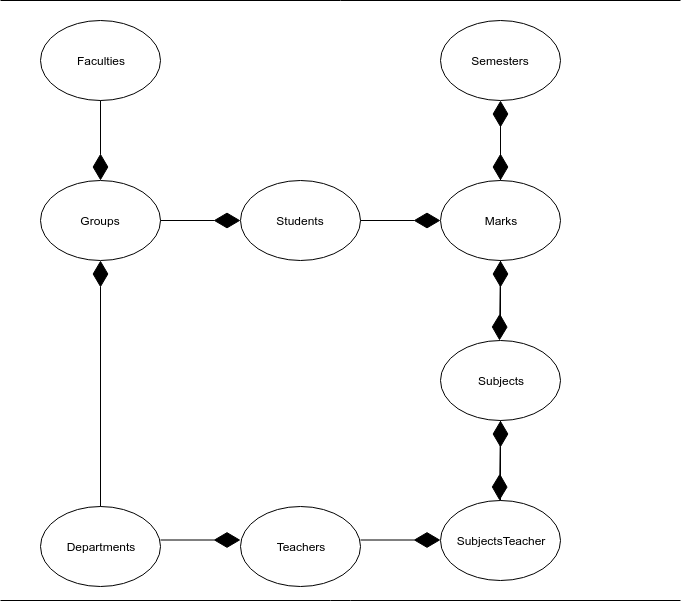
moevm/nosql2h19-marks-mongo keeps this draw.io diagram as picture/Uml1.png. Above is the earlier version. Source tidied: cells renumbered, new cells last; positions are measured from the earlier drawing's top-left corner, leaving out a move shared by most shapes. The source it was exported from:
```xml
<mxGraphModel>
  <root>
    <mxCell id="0" />
    <mxCell id="1" parent="0" />
    <mxCell id="2" style="endArrow=none;html=1;" parent="1" edge="1">
      <mxGeometry relative="1" as="geometry">
        <mxPoint as="sourcePoint" />
        <mxPoint x="680" as="targetPoint" />
      </mxGeometry>
    </mxCell>
    <mxCell id="3" style="endArrow=none;html=1;" parent="1" edge="1">
      <mxGeometry relative="1" as="geometry">
        <mxPoint y="600" as="sourcePoint" />
        <mxPoint x="680" y="600" as="targetPoint" />
        <Array as="points">
          <mxPoint x="340" y="600" />
        </Array>
      </mxGeometry>
    </mxCell>
    <mxCell id="4" value="Students" style="ellipse;whiteSpace=wrap;html=1;" parent="1" vertex="1">
      <mxGeometry x="240" y="180" width="120" height="80" as="geometry" />
    </mxCell>
    <mxCell id="5" value="Groups" style="ellipse;whiteSpace=wrap;html=1;" parent="1" vertex="1">
      <mxGeometry x="40" y="180" width="120" height="80" as="geometry" />
    </mxCell>
    <mxCell id="6" value="Faculties" style="ellipse;whiteSpace=wrap;html=1;" parent="1" vertex="1">
      <mxGeometry x="40" y="20" width="120" height="80" as="geometry" />
    </mxCell>
    <mxCell id="7" value="Marks" style="ellipse;whiteSpace=wrap;html=1;" parent="1" vertex="1">
      <mxGeometry x="440" y="180" width="120" height="80" as="geometry" />
    </mxCell>
    <mxCell id="8" value="Semesters" style="ellipse;whiteSpace=wrap;html=1;" parent="1" vertex="1">
      <mxGeometry x="440" y="20" width="120" height="80" as="geometry" />
    </mxCell>
    <mxCell id="9" value="Subjects" style="ellipse;whiteSpace=wrap;html=1;" parent="1" vertex="1">
      <mxGeometry x="440" y="340" width="120" height="80" as="geometry" />
    </mxCell>
    <mxCell id="10" value="SubjectsTeacher" style="ellipse;whiteSpace=wrap;html=1;" parent="1" vertex="1">
      <mxGeometry x="440" y="500" width="120" height="80" as="geometry" />
    </mxCell>
    <mxCell id="11" value="Teachers" style="ellipse;whiteSpace=wrap;html=1;" parent="1" vertex="1">
      <mxGeometry x="240" y="506" width="120" height="80" as="geometry" />
    </mxCell>
    <mxCell id="12" value="Departments" style="ellipse;whiteSpace=wrap;html=1;" parent="1" vertex="1">
      <mxGeometry x="40" y="506" width="120" height="80" as="geometry" />
    </mxCell>
    <mxCell id="13" style="endArrow=diamondThin;endFill=1;endSize=24;html=1;exitX=1;exitY=0.5;exitDx=0;exitDy=0;" parent="1" edge="1" source="5" target="4">
      <mxGeometry relative="1" as="geometry" />
    </mxCell>
    <mxCell id="14" style="endArrow=diamondThin;endFill=1;endSize=24;html=1;exitX=1;exitY=0.5;exitDx=0;exitDy=0;" parent="1" edge="1">
      <mxGeometry relative="1" as="geometry">
        <mxPoint x="360" y="220" as="sourcePoint" />
        <mxPoint x="440" y="220" as="targetPoint" />
      </mxGeometry>
    </mxCell>
    <mxCell id="15" style="endArrow=diamondThin;endFill=1;endSize=24;html=1;exitX=1;exitY=0.5;exitDx=0;exitDy=0;" parent="1" edge="1">
      <mxGeometry relative="1" as="geometry">
        <mxPoint x="360" y="539.5" as="sourcePoint" />
        <mxPoint x="440" y="539.5" as="targetPoint" />
      </mxGeometry>
    </mxCell>
    <mxCell id="16" style="endArrow=diamondThin;endFill=1;endSize=24;html=1;exitX=1;exitY=0.5;exitDx=0;exitDy=0;" parent="1" edge="1">
      <mxGeometry relative="1" as="geometry">
        <mxPoint x="160" y="539.5" as="sourcePoint" />
        <mxPoint x="240" y="539.5" as="targetPoint" />
      </mxGeometry>
    </mxCell>
    <mxCell id="17" style="endArrow=diamondThin;endFill=1;endSize=24;html=1;exitX=0.5;exitY=0;exitDx=0;exitDy=0;entryX=0.5;entryY=1;entryDx=0;entryDy=0;" parent="1" edge="1" source="12" target="5">
      <mxGeometry relative="1" as="geometry" />
    </mxCell>
    <mxCell id="18" style="endArrow=diamondThin;endFill=1;endSize=24;html=1;exitX=0.5;exitY=1;exitDx=0;exitDy=0;" parent="1" edge="1" source="6">
      <mxGeometry relative="1" as="geometry">
        <mxPoint x="100" y="180" as="targetPoint" />
      </mxGeometry>
    </mxCell>
    <mxCell id="19" style="endArrow=diamondThin;endFill=1;endSize=24;html=1;entryX=0.5;entryY=1;entryDx=0;entryDy=0;" parent="1" edge="1">
      <mxGeometry relative="1" as="geometry">
        <mxPoint x="500" y="180" as="sourcePoint" />
        <mxPoint x="500" y="100" as="targetPoint" />
      </mxGeometry>
    </mxCell>
    <mxCell id="20" style="endArrow=diamondThin;endFill=1;endSize=24;html=1;" parent="1" edge="1">
      <mxGeometry relative="1" as="geometry">
        <mxPoint x="500" y="110" as="sourcePoint" />
        <mxPoint x="500" y="180" as="targetPoint" />
      </mxGeometry>
    </mxCell>
    <mxCell id="21" style="endArrow=diamondThin;endFill=1;endSize=24;html=1;exitX=0.5;exitY=1;exitDx=0;exitDy=0;" parent="1" edge="1" source="7">
      <mxGeometry relative="1" as="geometry">
        <mxPoint x="499" y="340" as="targetPoint" />
      </mxGeometry>
    </mxCell>
    <mxCell id="22" style="endArrow=diamondThin;endFill=1;endSize=24;html=1;" parent="1" edge="1">
      <mxGeometry relative="1" as="geometry">
        <mxPoint x="500" y="330" as="sourcePoint" />
        <mxPoint x="500" y="260" as="targetPoint" />
      </mxGeometry>
    </mxCell>
    <mxCell id="23" style="endArrow=diamondThin;endFill=1;endSize=24;html=1;exitX=0.5;exitY=1;exitDx=0;exitDy=0;" parent="1" edge="1" source="9">
      <mxGeometry relative="1" as="geometry">
        <mxPoint x="499" y="500" as="targetPoint" />
      </mxGeometry>
    </mxCell>
    <mxCell id="24" style="endArrow=diamondThin;endFill=1;endSize=24;html=1;entryX=0.5;entryY=1;entryDx=0;entryDy=0;" parent="1" edge="1" target="9">
      <mxGeometry relative="1" as="geometry">
        <mxPoint x="500" y="500" as="sourcePoint" />
      </mxGeometry>
    </mxCell>
  </root>
</mxGraphModel>
```
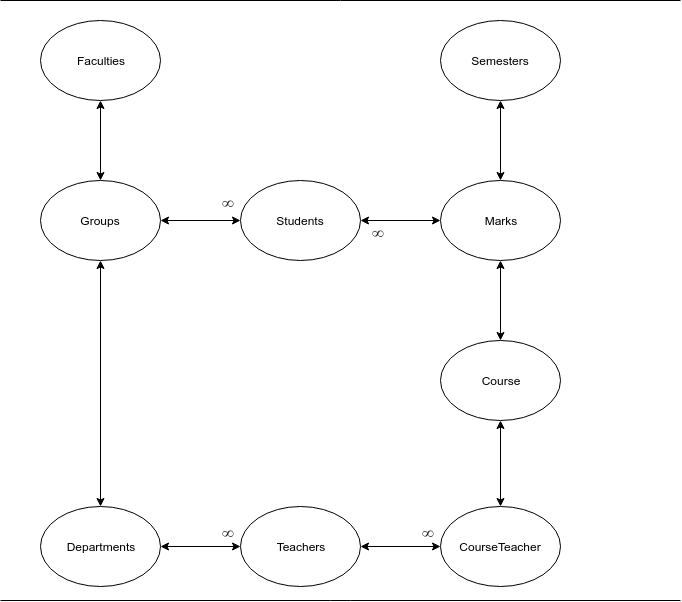
Above is the later version.

Commit message:
new pic uml

What changed in the source:
```diff
@@ -32,11 +32,11 @@
     <mxCell id="8" value="Semesters" style="ellipse;whiteSpace=wrap;html=1;" parent="1" vertex="1">
       <mxGeometry x="440" y="20" width="120" height="80" as="geometry" />
     </mxCell>
-    <mxCell id="9" value="Subjects" style="ellipse;whiteSpace=wrap;html=1;" parent="1" vertex="1">
+    <mxCell id="9" value="Course" style="ellipse;whiteSpace=wrap;html=1;" parent="1" vertex="1">
       <mxGeometry x="440" y="340" width="120" height="80" as="geometry" />
     </mxCell>
-    <mxCell id="10" value="SubjectsTeacher" style="ellipse;whiteSpace=wrap;html=1;" parent="1" vertex="1">
-      <mxGeometry x="440" y="500" width="120" height="80" as="geometry" />
+    <mxCell id="10" value="CourseTeacher" style="ellipse;whiteSpace=wrap;html=1;" parent="1" vertex="1">
+      <mxGeometry x="440" y="506" width="120" height="80" as="geometry" />
     </mxCell>
     <mxCell id="11" value="Teachers" style="ellipse;whiteSpace=wrap;html=1;" parent="1" vertex="1">
       <mxGeometry x="240" y="506" width="120" height="80" as="geometry" />
@@ -44,67 +44,44 @@
     <mxCell id="12" value="Departments" style="ellipse;whiteSpace=wrap;html=1;" parent="1" vertex="1">
       <mxGeometry x="40" y="506" width="120" height="80" as="geometry" />
     </mxCell>
+    <mxCell id="25" style="endArrow=classic;startArrow=classic;html=1;exitX=0;exitY=0.5;exitDx=0;exitDy=0;entryX=1;entryY=0.5;entryDx=0;entryDy=0;" parent="1" edge="1" source="11" target="12">
+      <mxGeometry relative="1" as="geometry" />
+    </mxCell>
+    <mxCell id="26" style="endArrow=classic;startArrow=classic;html=1;entryX=0.5;entryY=0;entryDx=0;entryDy=0;exitX=0.5;exitY=1;exitDx=0;exitDy=0;" parent="1" edge="1" source="5" target="12">
+      <mxGeometry relative="1" as="geometry" />
+    </mxCell>
+    <mxCell id="27" style="endArrow=classic;startArrow=classic;html=1;exitX=0;exitY=0.5;exitDx=0;exitDy=0;entryX=1;entryY=0.5;entryDx=0;entryDy=0;" parent="1" edge="1" source="10" target="11">
+      <mxGeometry relative="1" as="geometry" />
+    </mxCell>
+    <mxCell id="28" style="endArrow=classic;startArrow=classic;html=1;entryX=0.5;entryY=0;entryDx=0;entryDy=0;exitX=0.5;exitY=1;exitDx=0;exitDy=0;" parent="1" edge="1" source="9" target="10">
+      <mxGeometry relative="1" as="geometry" />
+    </mxCell>
+    <mxCell id="29" style="endArrow=classic;startArrow=classic;html=1;entryX=0.5;entryY=0;entryDx=0;entryDy=0;exitX=0.5;exitY=1;exitDx=0;exitDy=0;" parent="1" edge="1" source="7" target="9">
+      <mxGeometry relative="1" as="geometry" />
+    </mxCell>
+    <mxCell id="30" style="endArrow=classic;startArrow=classic;html=1;entryX=0;entryY=0.5;entryDx=0;entryDy=0;exitX=1;exitY=0.5;exitDx=0;exitDy=0;" parent="1" edge="1" source="4" target="7">
+      <mxGeometry relative="1" as="geometry" />
+    </mxCell>
-    <mxCell id="13" style="endArrow=diamondThin;endFill=1;endSize=24;html=1;exitX=1;exitY=0.5;exitDx=0;exitDy=0;" parent="1" edge="1" source="5" target="4">
+    <mxCell id="13" style="endArrow=classic;startArrow=classic;html=1;entryX=0;entryY=0.5;entryDx=0;entryDy=0;exitX=1;exitY=0.5;exitDx=0;exitDy=0;" parent="1" edge="1" source="5" target="4">
       <mxGeometry relative="1" as="geometry" />
     </mxCell>
-    <mxCell id="14" style="endArrow=diamondThin;endFill=1;endSize=24;html=1;exitX=1;exitY=0.5;exitDx=0;exitDy=0;" parent="1" edge="1">
-      <mxGeometry relative="1" as="geometry">
-        <mxPoint x="360" y="220" as="sourcePoint" />
-        <mxPoint x="440" y="220" as="targetPoint" />
-      </mxGeometry>
-    </mxCell>
-    <mxCell id="15" style="endArrow=diamondThin;endFill=1;endSize=24;html=1;exitX=1;exitY=0.5;exitDx=0;exitDy=0;" parent="1" edge="1">
-      <mxGeometry relative="1" as="geometry">
-        <mxPoint x="360" y="539.5" as="sourcePoint" />
-        <mxPoint x="440" y="539.5" as="targetPoint" />
-      </mxGeometry>
-    </mxCell>
-    <mxCell id="16" style="endArrow=diamondThin;endFill=1;endSize=24;html=1;exitX=1;exitY=0.5;exitDx=0;exitDy=0;" parent="1" edge="1">
-      <mxGeometry relative="1" as="geometry">
-        <mxPoint x="160" y="539.5" as="sourcePoint" />
-        <mxPoint x="240" y="539.5" as="targetPoint" />
-      </mxGeometry>
-    </mxCell>
-    <mxCell id="17" style="endArrow=diamondThin;endFill=1;endSize=24;html=1;exitX=0.5;exitY=0;exitDx=0;exitDy=0;entryX=0.5;entryY=1;entryDx=0;entryDy=0;" parent="1" edge="1" source="12" target="5">
-      <mxGeometry relative="1" as="geometry" />
-    </mxCell>
-    <mxCell id="18" style="endArrow=diamondThin;endFill=1;endSize=24;html=1;exitX=0.5;exitY=1;exitDx=0;exitDy=0;" parent="1" edge="1" source="6">
-      <mxGeometry relative="1" as="geometry">
-        <mxPoint x="100" y="180" as="targetPoint" />
-      </mxGeometry>
-    </mxCell>
-    <mxCell id="19" style="endArrow=diamondThin;endFill=1;endSize=24;html=1;entryX=0.5;entryY=1;entryDx=0;entryDy=0;" parent="1" edge="1">
-      <mxGeometry relative="1" as="geometry">
-        <mxPoint x="500" y="180" as="sourcePoint" />
-        <mxPoint x="500" y="100" as="targetPoint" />
-      </mxGeometry>
-    </mxCell>
-    <mxCell id="20" style="endArrow=diamondThin;endFill=1;endSize=24;html=1;" parent="1" edge="1">
-      <mxGeometry relative="1" as="geometry">
-        <mxPoint x="500" y="110" as="sourcePoint" />
-        <mxPoint x="500" y="180" as="targetPoint" />
-      </mxGeometry>
-    </mxCell>
-    <mxCell id="21" style="endArrow=diamondThin;endFill=1;endSize=24;html=1;exitX=0.5;exitY=1;exitDx=0;exitDy=0;" parent="1" edge="1" source="7">
-      <mxGeometry relative="1" as="geometry">
-        <mxPoint x="499" y="340" as="targetPoint" />
-      </mxGeometry>
-    </mxCell>
-    <mxCell id="22" style="endArrow=diamondThin;endFill=1;endSize=24;html=1;" parent="1" edge="1">
-      <mxGeometry relative="1" as="geometry">
-        <mxPoint x="500" y="330" as="sourcePoint" />
-        <mxPoint x="500" y="260" as="targetPoint" />
-      </mxGeometry>
-    </mxCell>
-    <mxCell id="23" style="endArrow=diamondThin;endFill=1;endSize=24;html=1;exitX=0.5;exitY=1;exitDx=0;exitDy=0;" parent="1" edge="1" source="9">
-      <mxGeometry relative="1" as="geometry">
-        <mxPoint x="499" y="500" as="targetPoint" />
-      </mxGeometry>
-    </mxCell>
-    <mxCell id="24" style="endArrow=diamondThin;endFill=1;endSize=24;html=1;entryX=0.5;entryY=1;entryDx=0;entryDy=0;" parent="1" edge="1" target="9">
-      <mxGeometry relative="1" as="geometry">
-        <mxPoint x="500" y="500" as="sourcePoint" />
-      </mxGeometry>
-    </mxCell>
+    <mxCell id="31" style="endArrow=classic;startArrow=classic;html=1;entryX=0.5;entryY=0;entryDx=0;entryDy=0;" parent="1" edge="1" source="6" target="5">
+      <mxGeometry relative="1" as="geometry" />
+    </mxCell>
+    <mxCell id="32" style="endArrow=classic;startArrow=classic;html=1;entryX=0.5;entryY=0;entryDx=0;entryDy=0;exitX=0.5;exitY=1;exitDx=0;exitDy=0;" parent="1" edge="1" source="8" target="7">
+      <mxGeometry relative="1" as="geometry" />
+    </mxCell>
+    <mxCell id="33" value="&lt;span style=&quot;color: rgb(34 , 34 , 34) ; font-family: &amp;#34;times&amp;#34; , serif , &amp;#34;palatino linotype&amp;#34; , &amp;#34;new athena unicode&amp;#34; , &amp;#34;athena&amp;#34; , &amp;#34;gentium&amp;#34; , &amp;#34;code2000&amp;#34; ; font-size: 16.8px ; background-color: rgb(255 , 255 , 255)&quot;&gt;∞&lt;/span&gt;" style="text;html=1;align=left;verticalAlign=top;spacingTop=-4;" parent="1" vertex="1">
+      <mxGeometry x="220" y="190" width="30" height="20" as="geometry" />
+    </mxCell>
+    <mxCell id="34" value="&lt;span style=&quot;color: rgb(34 , 34 , 34) ; font-family: &amp;#34;times&amp;#34; , serif , &amp;#34;palatino linotype&amp;#34; , &amp;#34;new athena unicode&amp;#34; , &amp;#34;athena&amp;#34; , &amp;#34;gentium&amp;#34; , &amp;#34;code2000&amp;#34; ; font-size: 16.8px ; background-color: rgb(255 , 255 , 255)&quot;&gt;∞&lt;/span&gt;" style="text;html=1;align=left;verticalAlign=top;spacingTop=-4;" parent="1" vertex="1">
+      <mxGeometry x="370" y="220" width="30" height="20" as="geometry" />
+    </mxCell>
+    <mxCell id="35" value="&lt;span style=&quot;color: rgb(34 , 34 , 34) ; font-family: &amp;#34;times&amp;#34; , serif , &amp;#34;palatino linotype&amp;#34; , &amp;#34;new athena unicode&amp;#34; , &amp;#34;athena&amp;#34; , &amp;#34;gentium&amp;#34; , &amp;#34;code2000&amp;#34; ; font-size: 16.8px ; background-color: rgb(255 , 255 , 255)&quot;&gt;∞&lt;/span&gt;" style="text;html=1;align=left;verticalAlign=top;spacingTop=-4;" parent="1" vertex="1">
+      <mxGeometry x="420" y="520" width="30" height="20" as="geometry" />
+    </mxCell>
+    <mxCell id="36" value="&lt;span style=&quot;color: rgb(34 , 34 , 34) ; font-family: &amp;#34;times&amp;#34; , serif , &amp;#34;palatino linotype&amp;#34; , &amp;#34;new athena unicode&amp;#34; , &amp;#34;athena&amp;#34; , &amp;#34;gentium&amp;#34; , &amp;#34;code2000&amp;#34; ; font-size: 16.8px ; background-color: rgb(255 , 255 , 255)&quot;&gt;∞&lt;/span&gt;" style="text;html=1;align=left;verticalAlign=top;spacingTop=-4;" parent="1" vertex="1">
+      <mxGeometry x="220" y="520" width="30" height="20" as="geometry" />
+    </mxCell>
   </root>
 </mxGraphModel>
```
